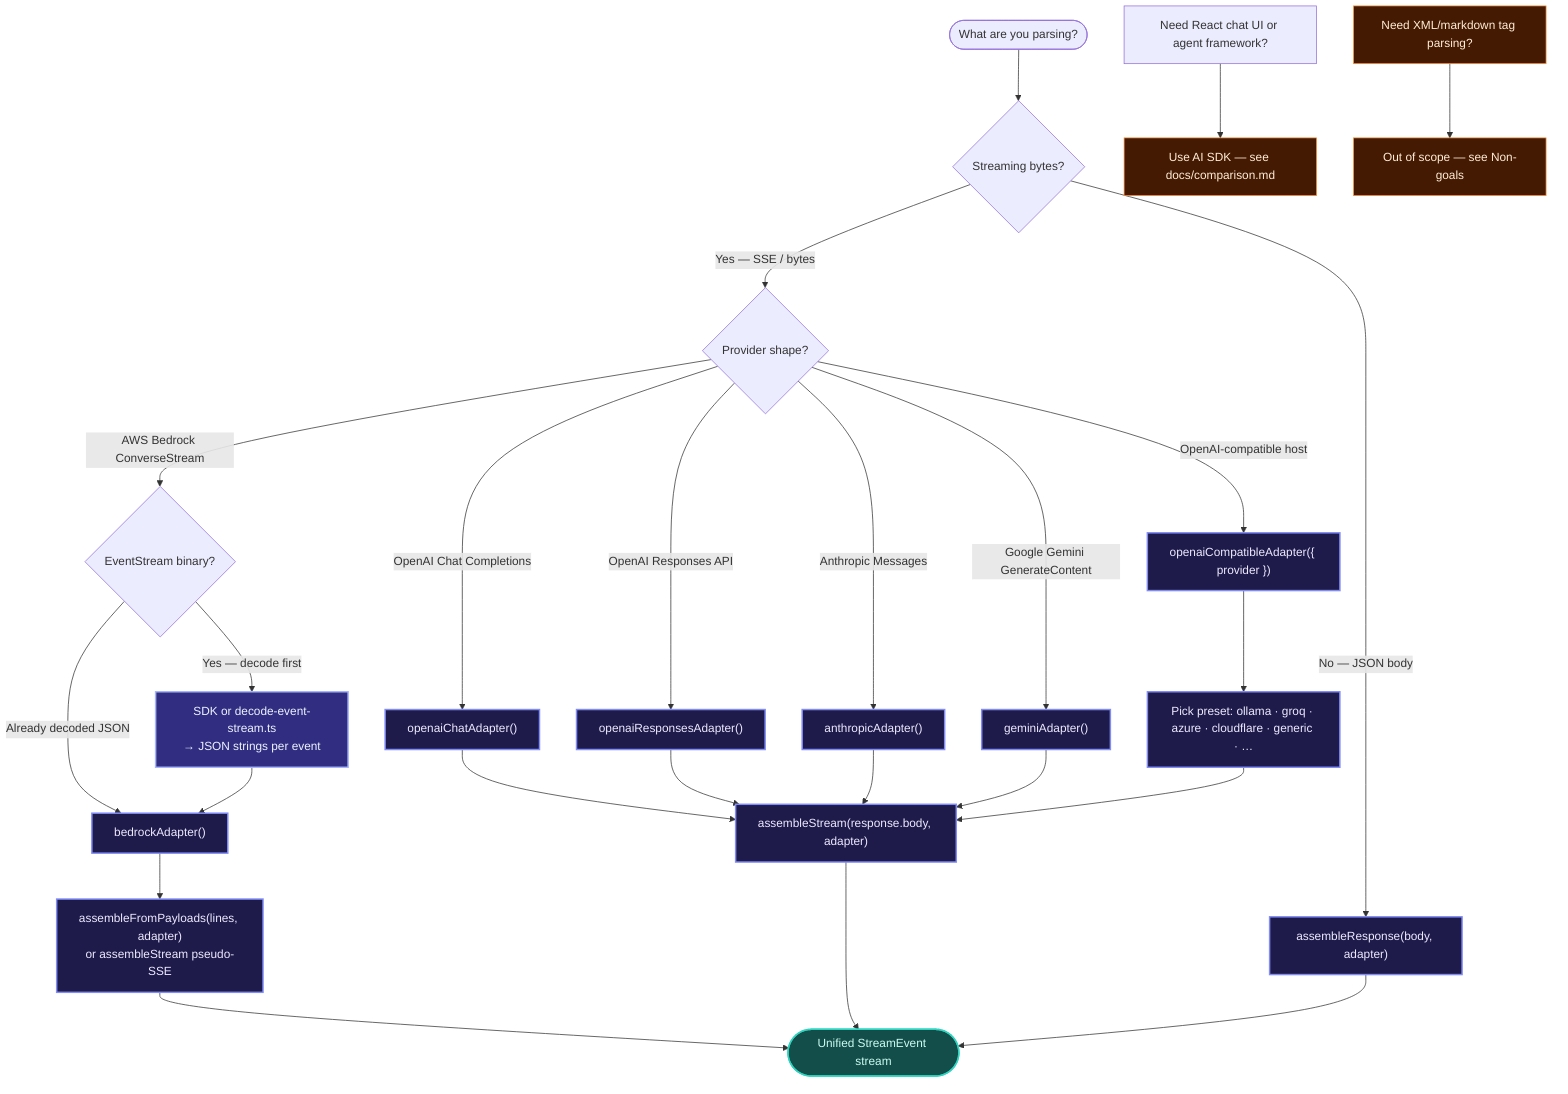
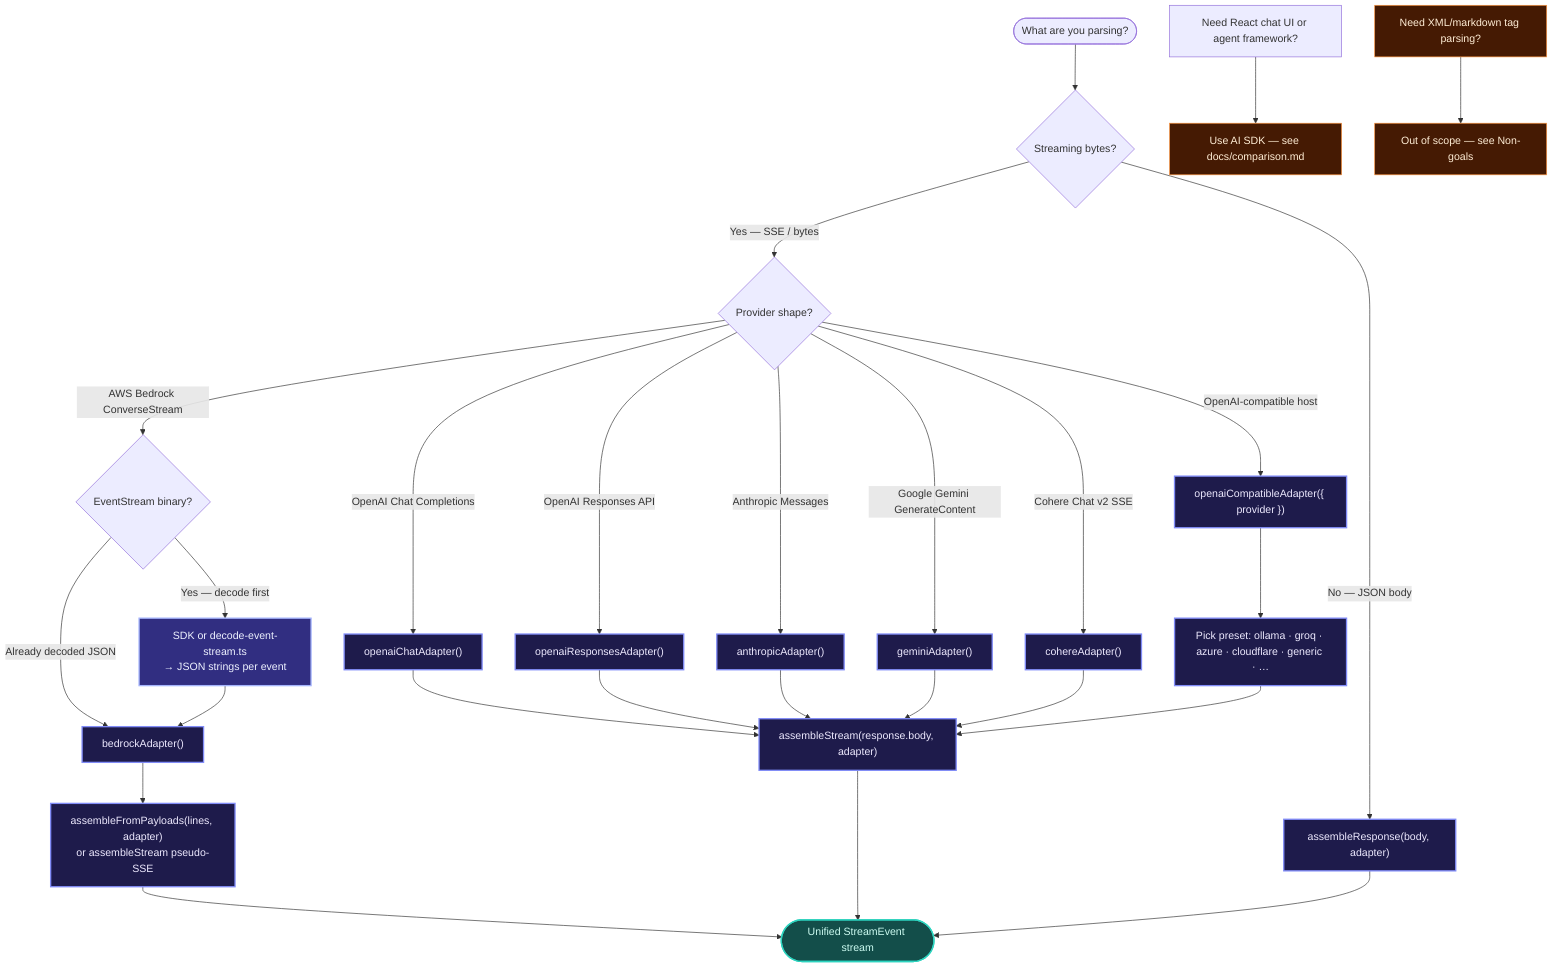
flowchart TD
	START(["What are you parsing?"])

	START --> STREAM{Streaming bytes?}
	STREAM -->|No — JSON body| RESP["assembleResponse(body, adapter)"]
	STREAM -->|Yes — SSE / bytes| SHAPE{Provider shape?}

	SHAPE -->|OpenAI Chat Completions| OAI["openaiChatAdapter()"]
	SHAPE -->|OpenAI Responses API| OAR["openaiResponsesAdapter()"]
	SHAPE -->|Anthropic Messages| ANT["anthropicAdapter()"]
	SHAPE -->|Google Gemini GenerateContent| GEM["geminiAdapter()"]
+ 	SHAPE -->|Cohere Chat v2 SSE| COH["cohereAdapter()"]
	SHAPE -->|AWS Bedrock ConverseStream| BRD{EventStream binary?}
	SHAPE -->|OpenAI-compatible host| COMP["openaiCompatibleAdapter({ provider })"]

	BRD -->|Yes — decode first| DEC["SDK or decode-event-stream.ts<br/>→ JSON strings per event"]
	BRD -->|Already decoded JSON| BR["bedrockAdapter()"]
	DEC --> BR

	COMP --> PRESET["Pick preset: ollama · groq · azure · cloudflare · generic · …"]

	OAI --> ASM["assembleStream(response.body, adapter)"]
	OAR --> ASM
	ANT --> ASM
	GEM --> ASM
+ 	COH --> ASM
	BR --> ASMP["assembleFromPayloads(lines, adapter)<br/>or assembleStream pseudo-SSE"]
	PRESET --> ASM
	ASMP --> DONE(["Unified StreamEvent stream"])
	ASM --> DONE
	RESP --> DONE

	UI["Need React chat UI or agent framework?"]
	UI --> SDK["Use AI SDK — see docs/comparison.md"]
	TAG["Need XML/markdown tag parsing?"]
	TAG --> NO["Out of scope — see Non-goals"]

	classDef pick fill:#1e1b4b,stroke:#818cf8,stroke-width:2px,color:#ede9fe
	classDef out fill:#134e4a,stroke:#2dd4bf,stroke-width:2px,color:#ccfbf1
	classDef warn fill:#451a03,stroke:#fb923c,stroke-width:1px,color:#ffedd5
	classDef decode fill:#312e81,stroke:#a5b4fc,stroke-width:2px,color:#eef2ff

- 	class OAI,OAR,ANT,GEM,BR,COMP,PRESET,ASM,ASMP,RESP pick
+ 	class OAI,OAR,ANT,GEM,COH,BR,COMP,PRESET,ASM,ASMP,RESP pick
	class DEC decode
	class DONE out
	class SDK,TAG,NO warn
